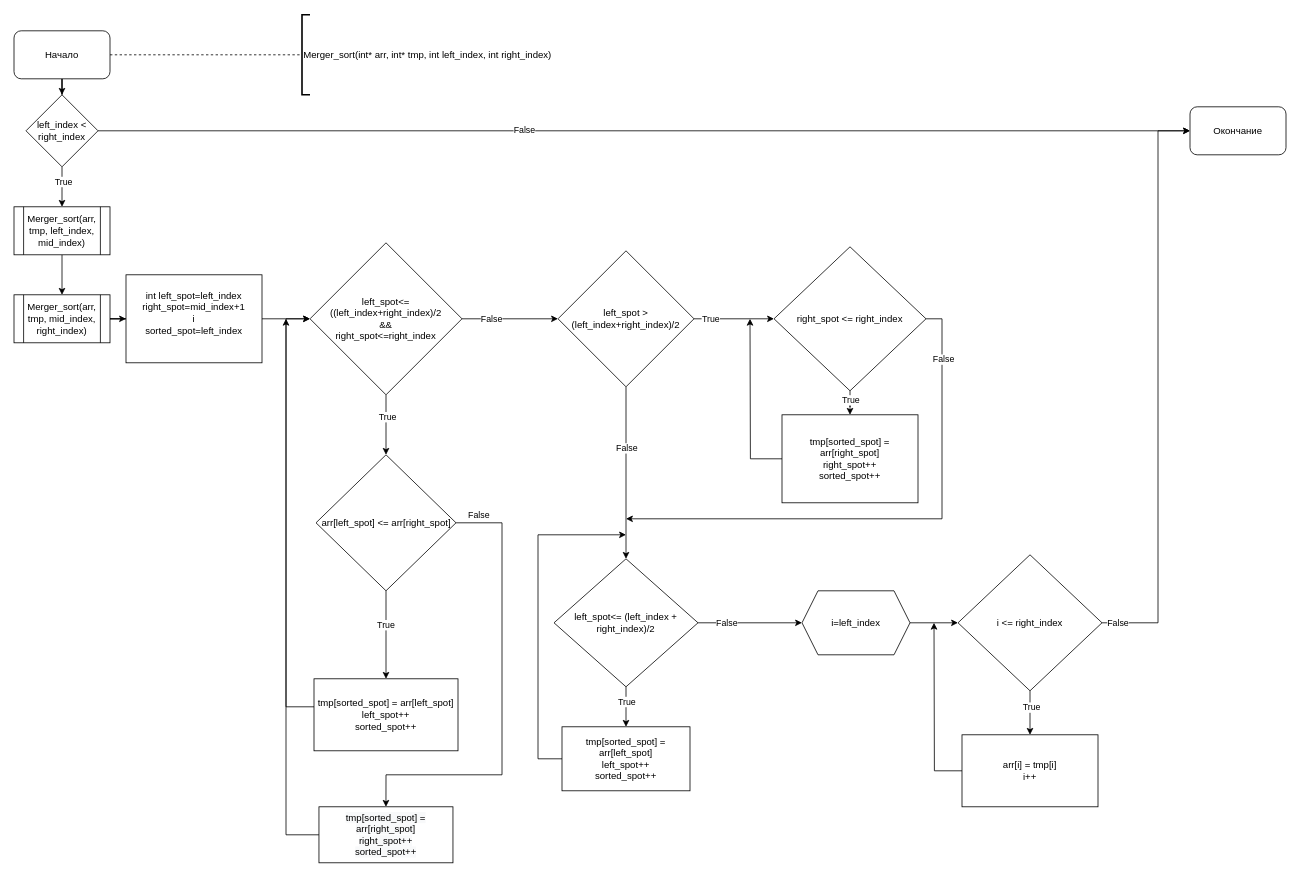
Above: Merge_sort.drawio in khanhbg339/Logic_Thuat_toan (draw.io), before the change. Source tidied: cells renumbered, new cells numbered last; positions are measured from the earlier drawing's top-left corner, leaving out a move shared by most shapes. Both pictures are drawn from the tidied source at 80%, with x=0, y=0 at pixel (14, 14).
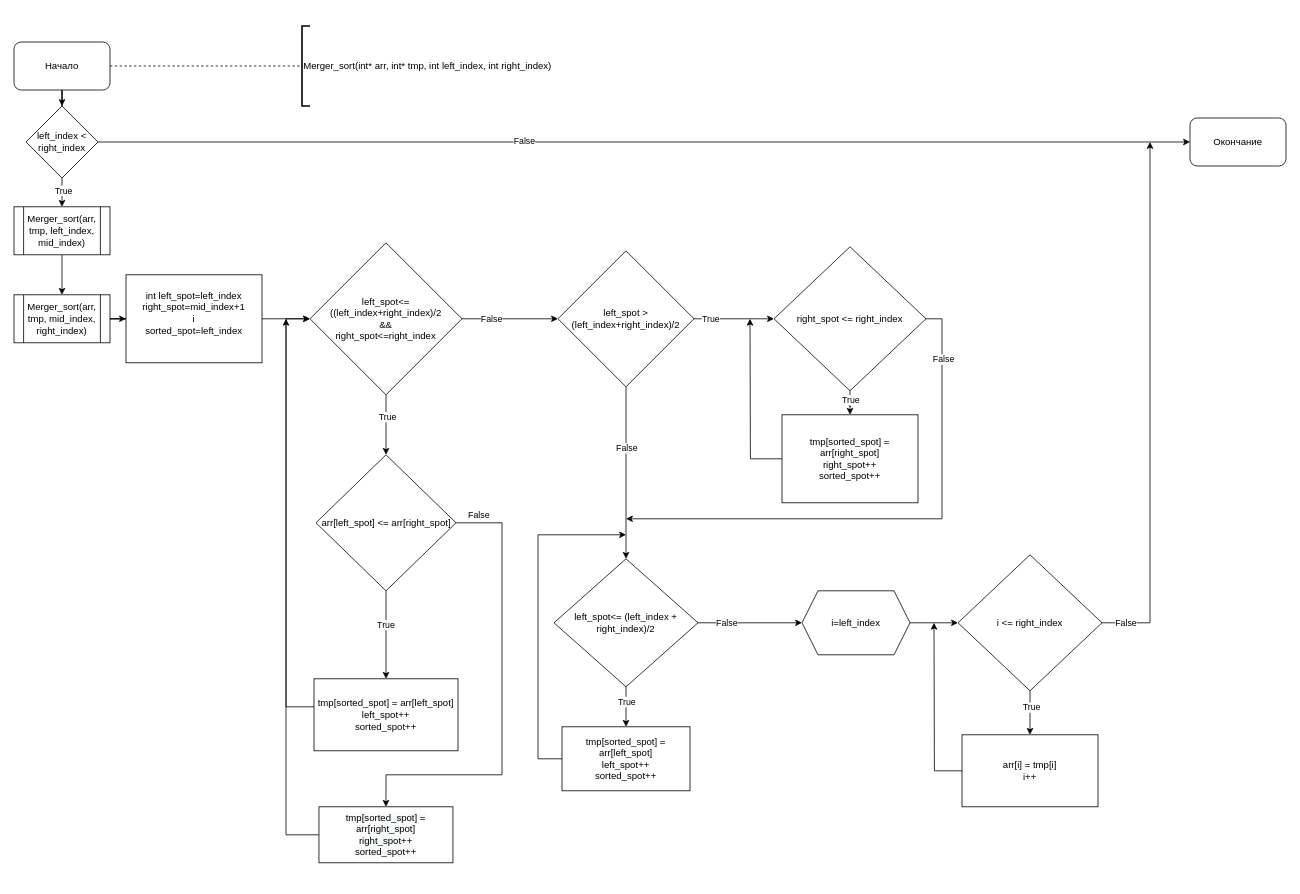
The same page after the edit.

Unchanged cells that the change refers to:
```xml
<mxCell id="57" value="i &amp;lt;= right_index" style="rhombus;whiteSpace=wrap;html=1;" parent="1" vertex="1">
  <mxGeometry x="1180" y="675" width="180" height="170" as="geometry" />
</mxCell>
```

The edit, as a diff of the source:
```diff
@@
     <mxCell id="3" value="Начало" style="rounded=1;whiteSpace=wrap;html=1;" parent="1" vertex="1">
-      <mxGeometry y="20" width="120" height="60" as="geometry" />
+      <mxGeometry y="34" width="120" height="60" as="geometry" />
     </mxCell>
     <mxCell id="4" value="Merger_sort(int* arr, int* tmp, int left_index, int right_index)" style="strokeWidth=2;html=1;shape=mxgraph.flowchart.annotation_1;align=left;" parent="1" vertex="1">
-      <mxGeometry x="360" width="10" height="100" as="geometry" />
+      <mxGeometry x="360" y="14" width="10" height="100" as="geometry" />
     </mxCell>
@@
     <mxCell id="10" value="left_index &amp;lt; right_index" style="rhombus;whiteSpace=wrap;html=1;" parent="1" vertex="1">
-      <mxGeometry x="15" y="100" width="90" height="90" as="geometry" />
+      <mxGeometry x="15" y="114" width="90" height="90" as="geometry" />
     </mxCell>
@@
     <mxCell id="15" value="Окончание" style="rounded=1;whiteSpace=wrap;html=1;" parent="1" vertex="1">
-      <mxGeometry x="1470" y="115" width="120" height="60" as="geometry" />
+      <mxGeometry x="1470" y="129" width="120" height="60" as="geometry" />
     </mxCell>
@@
-    <mxCell id="55" style="edgeStyle=orthogonalEdgeStyle;rounded=0;jettySize=auto;html=1;entryX=0;entryY=0.5;entryDx=0;entryDy=0;" parent="1" edge="1" source="57" target="15">
+    <mxCell id="55" style="edgeStyle=orthogonalEdgeStyle;rounded=0;jettySize=auto;html=1;exitX=1;exitY=0.5;exitDx=0;exitDy=0;" parent="1" edge="1" source="57">
       <mxGeometry relative="1" as="geometry">
+        <mxPoint x="1420" y="159" as="targetPoint" />
         <Array as="points">
-          <mxPoint x="1430" y="760" />
-          <mxPoint x="1430" y="145" />
+          <mxPoint x="1420" y="760" />
+          <mxPoint x="1420" y="159" />
         </Array>
       </mxGeometry>
     </mxCell>
     <mxCell id="56" value="False" style="edgeLabel;html=1;align=center;verticalAlign=middle;" parent="55" vertex="1">
       <mxGeometry x="-0.92" y="-1" relative="1" as="geometry">
-        <mxPoint x="-10" y="-1" as="offset" />
+        <mxPoint x="3" y="-1" as="offset" />
       </mxGeometry>
     </mxCell>
```
